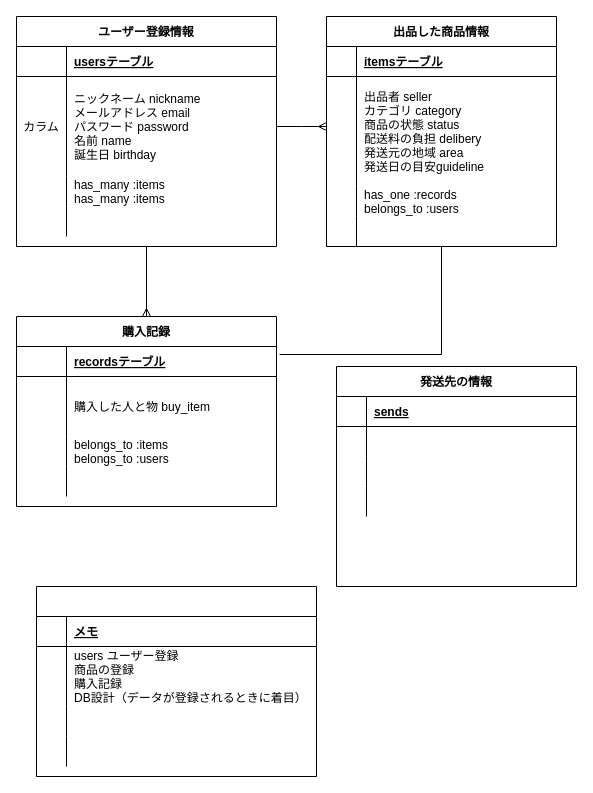
yochandesu/furima-33800 keeps this draw.io diagram as .dio. Above is the earlier version. Source tidied: cells renumbered, new cells numbered last; positions are measured from the earlier drawing's top-left corner, leaving out a move shared by most shapes. Both pictures are drawn from the tidied source at 100%, with x=0, y=0 at pixel (16, 16).
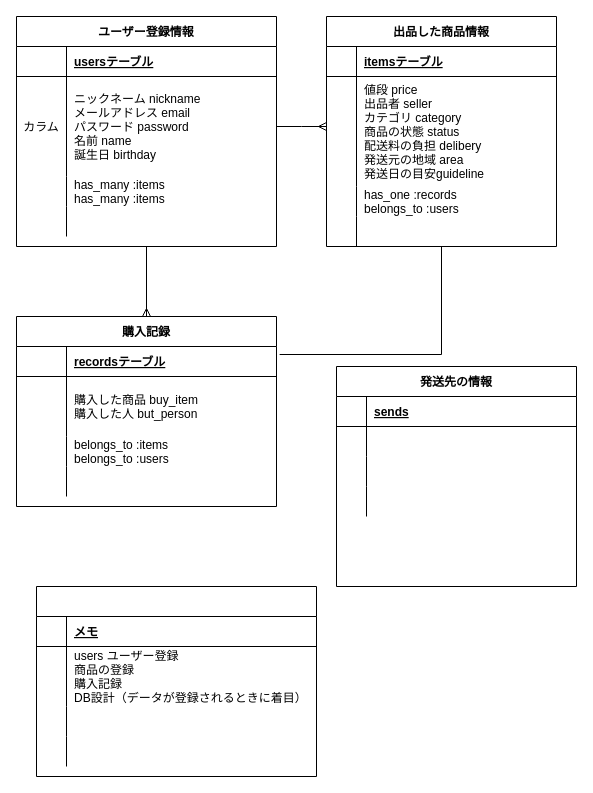
The same diagram, later.

Commit message (it also covers changes not shown here):
データベース設計2

The change refers to these unchanged cells:
```xml
<mxCell id="21" style="shape=partialRectangle;fillColor=none;top=0;left=0;bottom=0;right=0;" parent="17" vertex="1">
  <mxGeometry y="60" width="230" height="110" as="geometry" />
</mxCell>
<mxCell id="34" style="shape=partialRectangle;fillColor=none;top=0;left=0;bottom=0;right=0;" parent="30" vertex="1">
  <mxGeometry y="60" width="260" height="60" as="geometry" />
</mxCell>
```

The edit, as a diff of the source:
```diff
@@
-    <mxCell id="23" value="出品者 seller&#10;カテゴリ category&#10;商品の状態 status&#10;配送料の負担 delibery&#10;発送元の地域 area&#10;発送日の目安guideline" style="shape=partialRectangle;fillColor=none;top=0;left=0;bottom=0;right=0;align=left;spacingLeft=6;overflow=hidden;" parent="21" vertex="1">
+    <mxCell id="23" value="値段 price&#10;出品者 seller&#10;カテゴリ category&#10;商品の状態 status&#10;配送料の負担 delibery&#10;発送元の地域 area&#10;発送日の目安guideline" style="shape=partialRectangle;fillColor=none;top=0;left=0;bottom=0;right=0;align=left;spacingLeft=6;overflow=hidden;" parent="21" vertex="1">
       <mxGeometry x="30" width="200" height="110" as="geometry" />
     </mxCell>
@@
-    <mxCell id="36" value="購入した人と物 buy_item" style="shape=partialRectangle;fillColor=none;top=0;left=0;bottom=0;right=0;align=left;spacingLeft=6;overflow=hidden;" parent="34" vertex="1">
+    <mxCell id="36" value="購入した商品 buy_item&#10;購入した人 but_person" style="shape=partialRectangle;fillColor=none;top=0;left=0;bottom=0;right=0;align=left;spacingLeft=6;overflow=hidden;" parent="34" vertex="1">
       <mxGeometry x="50" width="210" height="60" as="geometry" />
     </mxCell>
```
